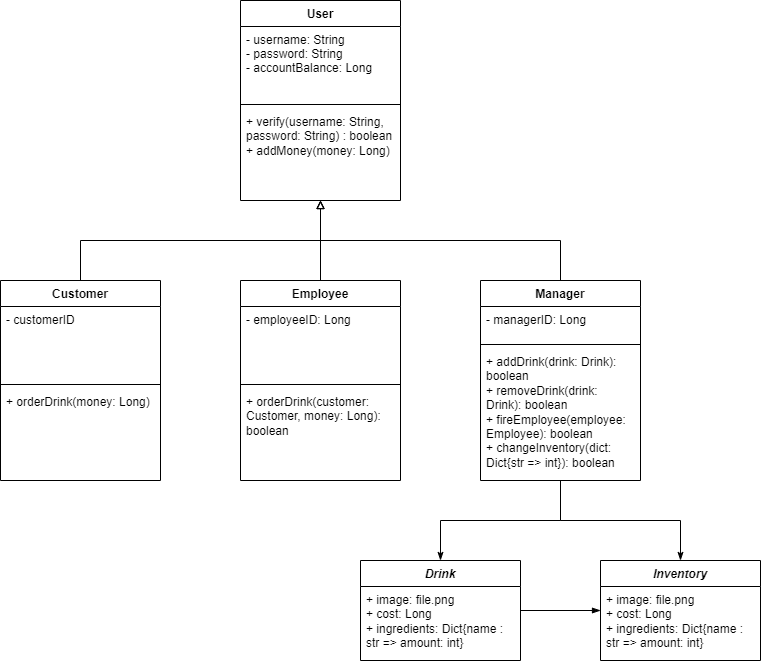
This is images/ClassDiagrams/Users.drawio.png from Zachary-Harrison/FrappuccinoShop, a draw.io export, as it was before one commit. Source tidied: cells renumbered, new cells last; positions are measured from the earlier drawing's top-left corner, leaving out a move shared by most shapes. Source of this version:
```xml
<mxGraphModel>
  <root>
    <mxCell id="0" />
    <mxCell id="1" parent="0" />
    <mxCell id="2" style="edgeStyle=orthogonalEdgeStyle;rounded=0;jettySize=auto;html=1;strokeWidth=1;endArrow=block;endFill=0;" parent="1" edge="1" source="3" target="19">
      <mxGeometry relative="1" as="geometry">
        <Array as="points">
          <mxPoint x="80" y="240" />
          <mxPoint x="320" y="240" />
        </Array>
      </mxGeometry>
    </mxCell>
    <mxCell id="3" value="Customer" style="swimlane;fontStyle=1;align=center;verticalAlign=top;horizontal=1;startSize=26;" parent="1" vertex="1">
      <mxGeometry y="280" width="160" height="200" as="geometry" />
    </mxCell>
    <mxCell id="4" value="- customerID" style="text;strokeColor=none;fillColor=none;align=left;verticalAlign=top;spacingLeft=4;spacingRight=4;overflow=hidden;" parent="3" vertex="1">
      <mxGeometry y="26" width="160" height="74" as="geometry" />
    </mxCell>
    <mxCell id="5" style="line;strokeWidth=1;fillColor=none;align=left;verticalAlign=middle;spacingTop=-1;spacingLeft=3;spacingRight=3;labelPosition=right;strokeColor=inherit;" parent="3" vertex="1">
      <mxGeometry y="100" width="160" height="8" as="geometry" />
    </mxCell>
    <mxCell id="6" value="+ orderDrink(money: Long)" style="text;strokeColor=none;fillColor=none;align=left;verticalAlign=top;spacingLeft=4;spacingRight=4;overflow=hidden;whiteSpace=wrap;" parent="3" vertex="1">
      <mxGeometry y="108" width="160" height="92" as="geometry" />
    </mxCell>
    <mxCell id="7" style="edgeStyle=orthogonalEdgeStyle;rounded=0;jettySize=auto;html=1;endArrow=block;endFill=0;strokeWidth=1;" parent="1" edge="1" source="8" target="19">
      <mxGeometry relative="1" as="geometry" />
    </mxCell>
    <mxCell id="8" value="Employee" style="swimlane;fontStyle=1;align=center;verticalAlign=top;horizontal=1;startSize=26;" parent="1" vertex="1">
      <mxGeometry x="240" y="280" width="160" height="200" as="geometry" />
    </mxCell>
    <mxCell id="9" value="- employeeID: Long" style="text;strokeColor=none;fillColor=none;align=left;verticalAlign=top;spacingLeft=4;spacingRight=4;overflow=hidden;" parent="8" vertex="1">
      <mxGeometry y="26" width="160" height="74" as="geometry" />
    </mxCell>
    <mxCell id="10" style="line;strokeWidth=1;fillColor=none;align=left;verticalAlign=middle;spacingTop=-1;spacingLeft=3;spacingRight=3;labelPosition=right;strokeColor=inherit;" parent="8" vertex="1">
      <mxGeometry y="100" width="160" height="8" as="geometry" />
    </mxCell>
    <mxCell id="11" value="+ orderDrink(customer: Customer, money: Long): boolean" style="text;strokeColor=none;fillColor=none;align=left;verticalAlign=top;spacingLeft=4;spacingRight=4;overflow=hidden;whiteSpace=wrap;" parent="8" vertex="1">
      <mxGeometry y="108" width="160" height="92" as="geometry" />
    </mxCell>
    <mxCell id="12" style="edgeStyle=orthogonalEdgeStyle;rounded=0;jettySize=auto;html=1;strokeWidth=1;endArrow=block;endFill=0;" parent="1" edge="1" source="15" target="22">
      <mxGeometry relative="1" as="geometry">
        <Array as="points">
          <mxPoint x="560" y="240" />
          <mxPoint x="320" y="240" />
        </Array>
      </mxGeometry>
    </mxCell>
    <mxCell id="13" style="edgeStyle=orthogonalEdgeStyle;rounded=0;jettySize=auto;html=1;strokeWidth=1;endArrow=classicThin;endFill=1;" parent="1" edge="1" source="15" target="24">
      <mxGeometry relative="1" as="geometry" />
    </mxCell>
    <mxCell id="14" style="edgeStyle=orthogonalEdgeStyle;rounded=0;jettySize=auto;html=1;strokeWidth=1;endArrow=classicThin;endFill=1;" parent="1" edge="1" source="15" target="26">
      <mxGeometry relative="1" as="geometry" />
    </mxCell>
    <mxCell id="15" value="Manager" style="swimlane;fontStyle=1;align=center;verticalAlign=top;horizontal=1;startSize=26;" parent="1" vertex="1">
      <mxGeometry x="480" y="280" width="160" height="200" as="geometry" />
    </mxCell>
    <mxCell id="16" value="- managerID: Long" style="text;strokeColor=none;fillColor=none;align=left;verticalAlign=top;spacingLeft=4;spacingRight=4;overflow=hidden;" parent="15" vertex="1">
      <mxGeometry y="26" width="160" height="34" as="geometry" />
    </mxCell>
    <mxCell id="17" style="line;strokeWidth=1;fillColor=none;align=left;verticalAlign=middle;spacingTop=-1;spacingLeft=3;spacingRight=3;labelPosition=right;strokeColor=inherit;" parent="15" vertex="1">
      <mxGeometry y="60" width="160" height="8" as="geometry" />
    </mxCell>
    <mxCell id="18" value="+ addDrink(drink: Drink): boolean&#10;+ removeDrink(drink: Drink): boolean&#10;+ fireEmployee(employee: Employee): boolean&#10;+ changeInventory(dict: Dict{str =&gt; int}): boolean" style="text;strokeColor=none;fillColor=none;align=left;verticalAlign=top;spacingLeft=4;spacingRight=4;overflow=hidden;whiteSpace=wrap;" parent="15" vertex="1">
      <mxGeometry y="68" width="160" height="132" as="geometry" />
    </mxCell>
    <mxCell id="19" value="User" style="swimlane;fontStyle=1;align=center;verticalAlign=top;horizontal=1;startSize=26;" parent="1" vertex="1">
      <mxGeometry x="240" width="160" height="200" as="geometry" />
    </mxCell>
    <mxCell id="20" value="- username: String&#10;- password: String&#10;- accountBalance: Long" style="text;strokeColor=none;fillColor=none;align=left;verticalAlign=top;spacingLeft=4;spacingRight=4;overflow=hidden;" parent="19" vertex="1">
      <mxGeometry y="26" width="160" height="74" as="geometry" />
    </mxCell>
    <mxCell id="21" style="line;strokeWidth=1;fillColor=none;align=left;verticalAlign=middle;spacingTop=-1;spacingLeft=3;spacingRight=3;labelPosition=right;strokeColor=inherit;" parent="19" vertex="1">
      <mxGeometry y="100" width="160" height="8" as="geometry" />
    </mxCell>
    <mxCell id="22" value="+ verify(username: String, password: String) : boolean&#10;+ addMoney(money: Long)" style="text;strokeColor=none;fillColor=none;align=left;verticalAlign=top;spacingLeft=4;spacingRight=4;overflow=hidden;points=[[0,0.5],[1,0.5]];portConstraint=eastwest;whiteSpace=wrap;" parent="19" vertex="1">
      <mxGeometry y="108" width="160" height="92" as="geometry" />
    </mxCell>
    <mxCell id="23" style="edgeStyle=orthogonalEdgeStyle;rounded=0;jettySize=auto;html=1;strokeWidth=1;endArrow=blockThin;endFill=1;" parent="1" edge="1" source="24" target="26">
      <mxGeometry relative="1" as="geometry" />
    </mxCell>
    <mxCell id="24" value="Drink" style="swimlane;fontStyle=3;align=center;verticalAlign=top;horizontal=1;startSize=26;" parent="1" vertex="1">
      <mxGeometry x="360" y="560" width="160" height="100" as="geometry" />
    </mxCell>
    <mxCell id="25" value="+ image: file.png&#10;+ cost: Long&#10;+ ingredients: Dict{name : str =&gt; amount: int}" style="text;strokeColor=none;fillColor=none;align=left;verticalAlign=top;spacingLeft=4;spacingRight=4;overflow=hidden;whiteSpace=wrap;" parent="24" vertex="1">
      <mxGeometry y="26" width="160" height="74" as="geometry" />
    </mxCell>
    <mxCell id="26" value="Inventory" style="swimlane;fontStyle=3;align=center;verticalAlign=top;horizontal=1;startSize=26;" parent="1" vertex="1">
      <mxGeometry x="600" y="560" width="160" height="100" as="geometry" />
    </mxCell>
    <mxCell id="27" value="+ image: file.png&#10;+ cost: Long&#10;+ ingredients: Dict{name : str =&gt; amount: int}" style="text;strokeColor=none;fillColor=none;align=left;verticalAlign=top;spacingLeft=4;spacingRight=4;overflow=hidden;whiteSpace=wrap;" parent="26" vertex="1">
      <mxGeometry y="26" width="160" height="74" as="geometry" />
    </mxCell>
  </root>
</mxGraphModel>
```
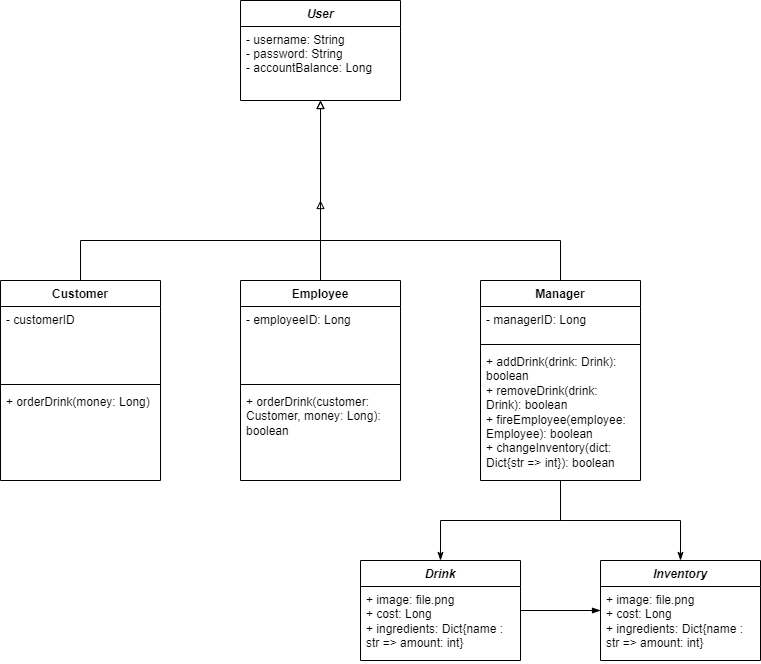
Later version of the same file.

Commit message:
changed Users to abstract in Users.drawio.png

Change to the diagram source:
```diff
@@ -37,8 +37,9 @@
     <mxCell id="11" value="+ orderDrink(customer: Customer, money: Long): boolean" style="text;strokeColor=none;fillColor=none;align=left;verticalAlign=top;spacingLeft=4;spacingRight=4;overflow=hidden;whiteSpace=wrap;" parent="8" vertex="1">
       <mxGeometry y="108" width="160" height="92" as="geometry" />
     </mxCell>
-    <mxCell id="12" style="edgeStyle=orthogonalEdgeStyle;rounded=0;jettySize=auto;html=1;strokeWidth=1;endArrow=block;endFill=0;" parent="1" edge="1" source="15" target="22">
+    <mxCell id="12" style="edgeStyle=orthogonalEdgeStyle;rounded=0;jettySize=auto;html=1;strokeWidth=1;endArrow=block;endFill=0;" parent="1" edge="1" source="15">
       <mxGeometry relative="1" as="geometry">
+        <mxPoint x="320" y="200" as="targetPoint" />
         <Array as="points">
           <mxPoint x="560" y="240" />
           <mxPoint x="320" y="240" />
@@ -63,18 +64,12 @@
     <mxCell id="18" value="+ addDrink(drink: Drink): boolean&#10;+ removeDrink(drink: Drink): boolean&#10;+ fireEmployee(employee: Employee): boolean&#10;+ changeInventory(dict: Dict{str =&gt; int}): boolean" style="text;strokeColor=none;fillColor=none;align=left;verticalAlign=top;spacingLeft=4;spacingRight=4;overflow=hidden;whiteSpace=wrap;" parent="15" vertex="1">
       <mxGeometry y="68" width="160" height="132" as="geometry" />
     </mxCell>
-    <mxCell id="19" value="User" style="swimlane;fontStyle=1;align=center;verticalAlign=top;horizontal=1;startSize=26;" parent="1" vertex="1">
-      <mxGeometry x="240" width="160" height="200" as="geometry" />
+    <mxCell id="19" value="User" style="swimlane;fontStyle=3;align=center;verticalAlign=top;horizontal=1;startSize=26;" parent="1" vertex="1">
+      <mxGeometry x="240" width="160" height="100" as="geometry" />
     </mxCell>
     <mxCell id="20" value="- username: String&#10;- password: String&#10;- accountBalance: Long" style="text;strokeColor=none;fillColor=none;align=left;verticalAlign=top;spacingLeft=4;spacingRight=4;overflow=hidden;" parent="19" vertex="1">
       <mxGeometry y="26" width="160" height="74" as="geometry" />
     </mxCell>
-    <mxCell id="21" style="line;strokeWidth=1;fillColor=none;align=left;verticalAlign=middle;spacingTop=-1;spacingLeft=3;spacingRight=3;labelPosition=right;strokeColor=inherit;" parent="19" vertex="1">
-      <mxGeometry y="100" width="160" height="8" as="geometry" />
-    </mxCell>
-    <mxCell id="22" value="+ verify(username: String, password: String) : boolean&#10;+ addMoney(money: Long)" style="text;strokeColor=none;fillColor=none;align=left;verticalAlign=top;spacingLeft=4;spacingRight=4;overflow=hidden;points=[[0,0.5],[1,0.5]];portConstraint=eastwest;whiteSpace=wrap;" parent="19" vertex="1">
-      <mxGeometry y="108" width="160" height="92" as="geometry" />
-    </mxCell>
     <mxCell id="23" style="edgeStyle=orthogonalEdgeStyle;rounded=0;jettySize=auto;html=1;strokeWidth=1;endArrow=blockThin;endFill=1;" parent="1" edge="1" source="24" target="26">
       <mxGeometry relative="1" as="geometry" />
     </mxCell>
```
